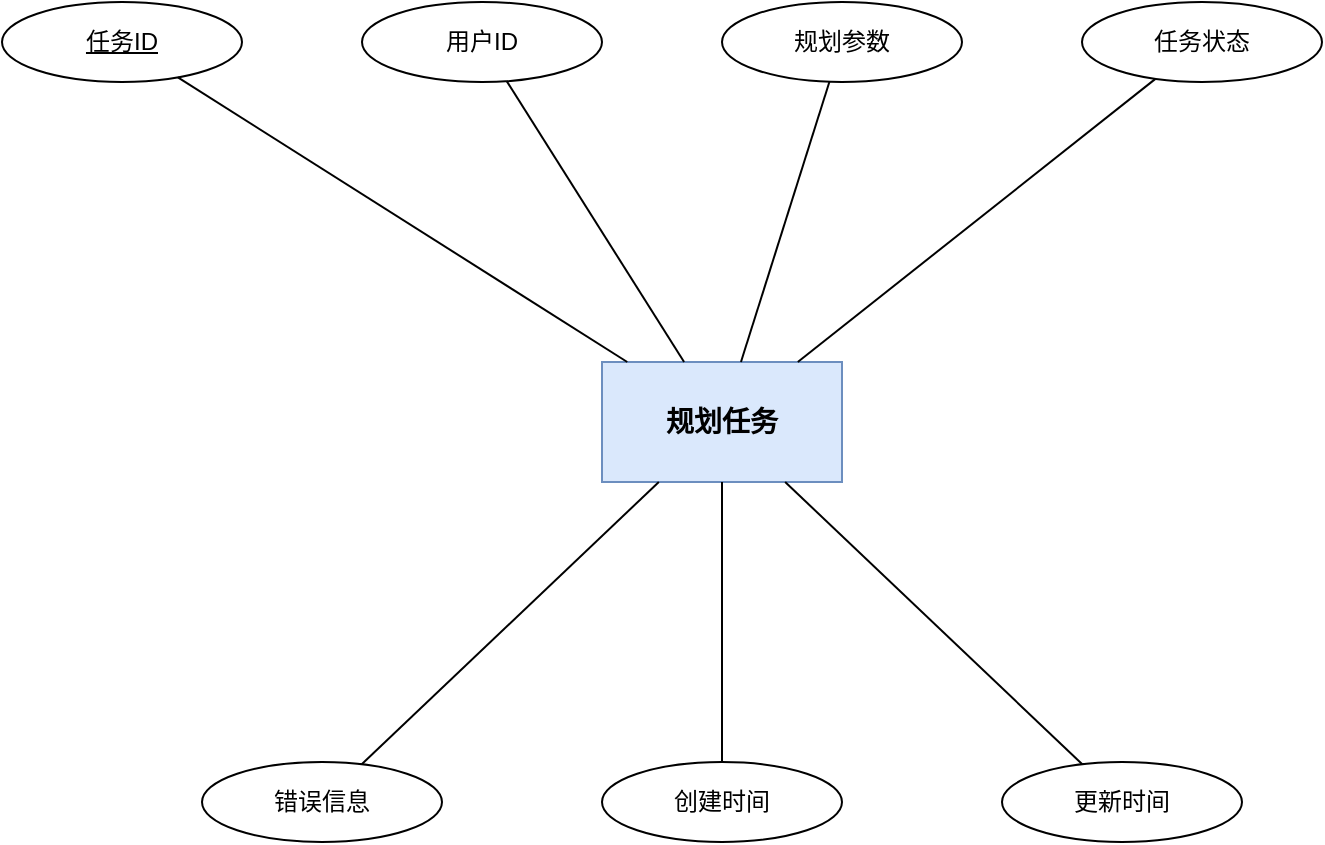
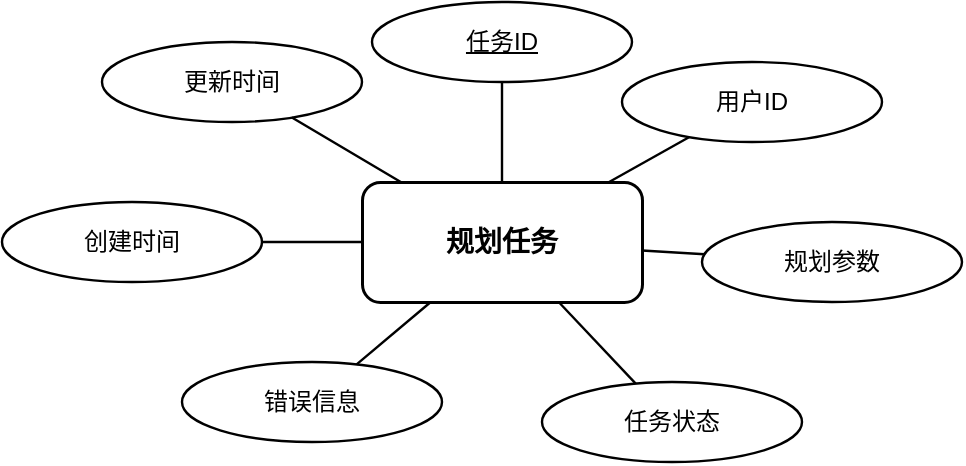
- <mxfile host="app.diagrams.net" type="device">
+ <mxfile host="Electron">
  <diagram name="规划任务实体属性图" id="entTask">
-     <mxGraphModel dx="800" dy="500" grid="1" gridSize="10" guides="1" tooltips="1" connect="1" arrows="1" fold="1" page="1" pageScale="1" pageWidth="800" pageHeight="500" math="0" shadow="0">
+     <mxGraphModel dx="934" dy="662" grid="1" gridSize="10" guides="1" tooltips="1" connect="1" arrows="1" fold="1" page="1" pageScale="1" pageWidth="1000" pageHeight="720" math="0" shadow="0">
      <root>
-         <mxCell id="0"/>
-         <mxCell id="1" parent="0"/>
-         <mxCell id="ent" value="规划任务" style="rounded=0;whiteSpace=wrap;html=1;fontSize=14;fontStyle=1;fillColor=#dae8fc;strokeColor=#6c8ebf;" vertex="1" parent="1"><mxGeometry x="340" y="220" width="120" height="60" as="geometry"/></mxCell>
-         <mxCell id="a1" value="&lt;u&gt;任务ID&lt;/u&gt;" style="ellipse;whiteSpace=wrap;html=1;fontSize=12;" vertex="1" parent="1"><mxGeometry x="40" y="40" width="120" height="40" as="geometry"/></mxCell>
-         <mxCell id="a2" value="用户ID" style="ellipse;whiteSpace=wrap;html=1;fontSize=12;" vertex="1" parent="1"><mxGeometry x="220" y="40" width="120" height="40" as="geometry"/></mxCell>
-         <mxCell id="a3" value="规划参数" style="ellipse;whiteSpace=wrap;html=1;fontSize=12;" vertex="1" parent="1"><mxGeometry x="400" y="40" width="120" height="40" as="geometry"/></mxCell>
-         <mxCell id="a4" value="任务状态" style="ellipse;whiteSpace=wrap;html=1;fontSize=12;" vertex="1" parent="1"><mxGeometry x="580" y="40" width="120" height="40" as="geometry"/></mxCell>
-         <mxCell id="a5" value="错误信息" style="ellipse;whiteSpace=wrap;html=1;fontSize=12;" vertex="1" parent="1"><mxGeometry x="140" y="420" width="120" height="40" as="geometry"/></mxCell>
-         <mxCell id="a6" value="创建时间" style="ellipse;whiteSpace=wrap;html=1;fontSize=12;" vertex="1" parent="1"><mxGeometry x="340" y="420" width="120" height="40" as="geometry"/></mxCell>
-         <mxCell id="a7" value="更新时间" style="ellipse;whiteSpace=wrap;html=1;fontSize=12;" vertex="1" parent="1"><mxGeometry x="540" y="420" width="120" height="40" as="geometry"/></mxCell>
-         <mxCell id="e1" style="endArrow=none;html=1;" edge="1" parent="1" source="ent" target="a1"><mxGeometry relative="1" as="geometry"/></mxCell>
-         <mxCell id="e2" style="endArrow=none;html=1;" edge="1" parent="1" source="ent" target="a2"><mxGeometry relative="1" as="geometry"/></mxCell>
-         <mxCell id="e3" style="endArrow=none;html=1;" edge="1" parent="1" source="ent" target="a3"><mxGeometry relative="1" as="geometry"/></mxCell>
-         <mxCell id="e4" style="endArrow=none;html=1;" edge="1" parent="1" source="ent" target="a4"><mxGeometry relative="1" as="geometry"/></mxCell>
-         <mxCell id="e5" style="endArrow=none;html=1;" edge="1" parent="1" source="ent" target="a5"><mxGeometry relative="1" as="geometry"/></mxCell>
-         <mxCell id="e6" style="endArrow=none;html=1;" edge="1" parent="1" source="ent" target="a6"><mxGeometry relative="1" as="geometry"/></mxCell>
-         <mxCell id="e7" style="endArrow=none;html=1;" edge="1" parent="1" source="ent" target="a7"><mxGeometry relative="1" as="geometry"/></mxCell>
+         <mxCell id="0" />
+         <mxCell id="1" parent="0" />
+         <mxCell id="ent" parent="1" style="rounded=1;whiteSpace=wrap;html=1;fontSize=14;fontStyle=1;strokeWidth=1.5;labelBackgroundColor=none;" value="规划任务" vertex="1">
+           <mxGeometry height="60" width="140" x="430" y="330" as="geometry" />
+         </mxCell>
+         <mxCell id="a1" parent="1" style="ellipse;whiteSpace=wrap;html=1;fontSize=12;strokeWidth=1.2;labelBackgroundColor=none;rounded=1;" value="&lt;u&gt;任务ID&lt;/u&gt;" vertex="1">
+           <mxGeometry height="40" width="130" x="435" y="240" as="geometry" />
+         </mxCell>
+         <mxCell id="a2" parent="1" style="ellipse;whiteSpace=wrap;html=1;fontSize=12;strokeWidth=1.2;labelBackgroundColor=none;rounded=1;" value="用户ID" vertex="1">
+           <mxGeometry height="40" width="130" x="560" y="270" as="geometry" />
+         </mxCell>
+         <mxCell id="a3" parent="1" style="ellipse;whiteSpace=wrap;html=1;fontSize=12;strokeWidth=1.2;labelBackgroundColor=none;rounded=1;" value="规划参数" vertex="1">
+           <mxGeometry height="40" width="130" x="600" y="350" as="geometry" />
+         </mxCell>
+         <mxCell id="a4" parent="1" style="ellipse;whiteSpace=wrap;html=1;fontSize=12;strokeWidth=1.2;labelBackgroundColor=none;rounded=1;" value="任务状态" vertex="1">
+           <mxGeometry height="40" width="130" x="520" y="430" as="geometry" />
+         </mxCell>
+         <mxCell id="a5" parent="1" style="ellipse;whiteSpace=wrap;html=1;fontSize=12;strokeWidth=1.2;labelBackgroundColor=none;rounded=1;" value="错误信息" vertex="1">
+           <mxGeometry height="40" width="130" x="340" y="420" as="geometry" />
+         </mxCell>
+         <mxCell id="a6" parent="1" style="ellipse;whiteSpace=wrap;html=1;fontSize=12;strokeWidth=1.2;labelBackgroundColor=none;rounded=1;" value="创建时间" vertex="1">
+           <mxGeometry height="40" width="130" x="250" y="340" as="geometry" />
+         </mxCell>
+         <mxCell id="a7" parent="1" style="ellipse;whiteSpace=wrap;html=1;fontSize=12;strokeWidth=1.2;labelBackgroundColor=none;rounded=1;" value="更新时间" vertex="1">
+           <mxGeometry height="40" width="130" x="300" y="260" as="geometry" />
+         </mxCell>
+         <mxCell id="e1" edge="1" parent="1" source="ent" style="endArrow=none;html=1;strokeWidth=1.2;labelBackgroundColor=none;fontColor=default;" target="a1">
+           <mxGeometry relative="1" as="geometry" />
+         </mxCell>
+         <mxCell id="e2" edge="1" parent="1" source="ent" style="endArrow=none;html=1;strokeWidth=1.2;labelBackgroundColor=none;fontColor=default;" target="a2">
+           <mxGeometry relative="1" as="geometry" />
+         </mxCell>
+         <mxCell id="e3" edge="1" parent="1" source="ent" style="endArrow=none;html=1;strokeWidth=1.2;labelBackgroundColor=none;fontColor=default;" target="a3">
+           <mxGeometry relative="1" as="geometry" />
+         </mxCell>
+         <mxCell id="e4" edge="1" parent="1" source="ent" style="endArrow=none;html=1;strokeWidth=1.2;labelBackgroundColor=none;fontColor=default;" target="a4">
+           <mxGeometry relative="1" as="geometry" />
+         </mxCell>
+         <mxCell id="e5" edge="1" parent="1" source="ent" style="endArrow=none;html=1;strokeWidth=1.2;labelBackgroundColor=none;fontColor=default;" target="a5">
+           <mxGeometry relative="1" as="geometry" />
+         </mxCell>
+         <mxCell id="e6" edge="1" parent="1" source="ent" style="endArrow=none;html=1;strokeWidth=1.2;labelBackgroundColor=none;fontColor=default;" target="a6">
+           <mxGeometry relative="1" as="geometry" />
+         </mxCell>
+         <mxCell id="e7" edge="1" parent="1" source="ent" style="endArrow=none;html=1;strokeWidth=1.2;labelBackgroundColor=none;fontColor=default;" target="a7">
+           <mxGeometry relative="1" as="geometry" />
+         </mxCell>
      </root>
    </mxGraphModel>
  </diagram>
</mxfile>
